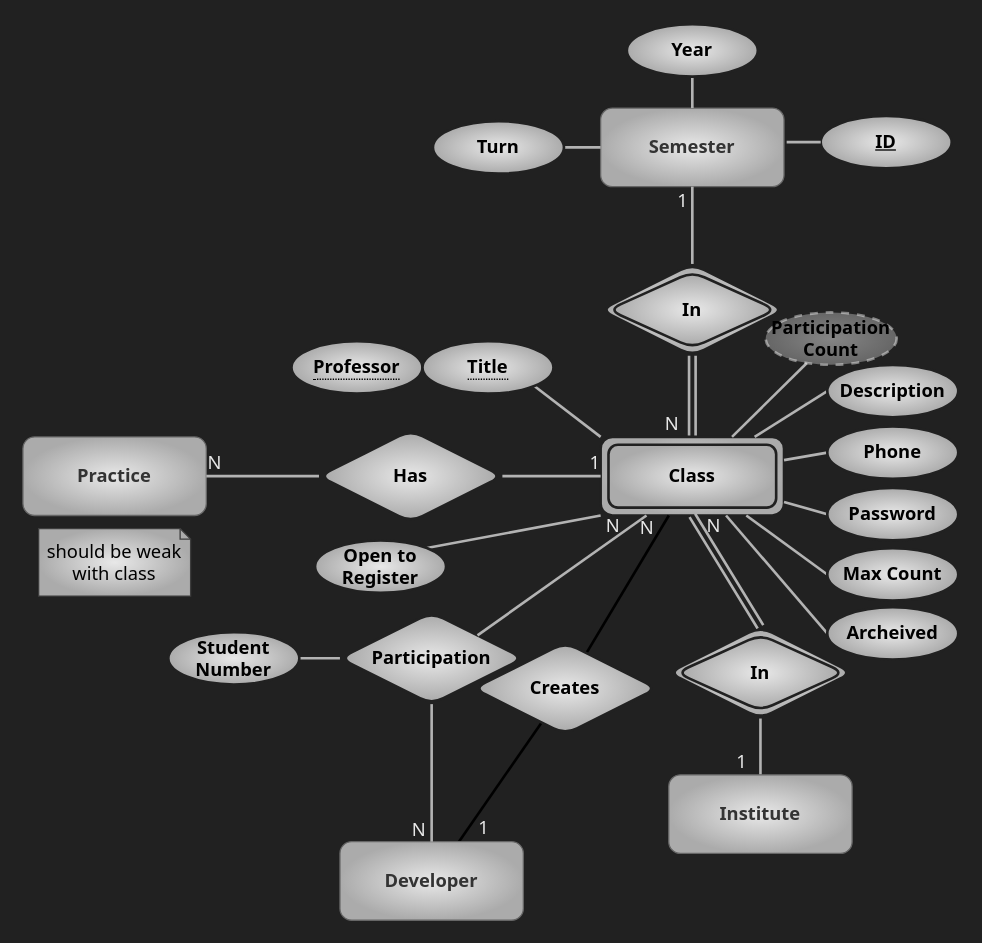
kntu-db/quera-norm keeps this draw.io diagram as page "education" (5 of 5) of assets/er.drawio. Above is the earlier version. Source tidied: cells renumbered, new cells numbered last; positions are measured from the earlier drawing's top-left corner, leaving out a move shared by most shapes. Both pictures are drawn from the tidied source at 131%, with x=0, y=0 at pixel (22, 24).
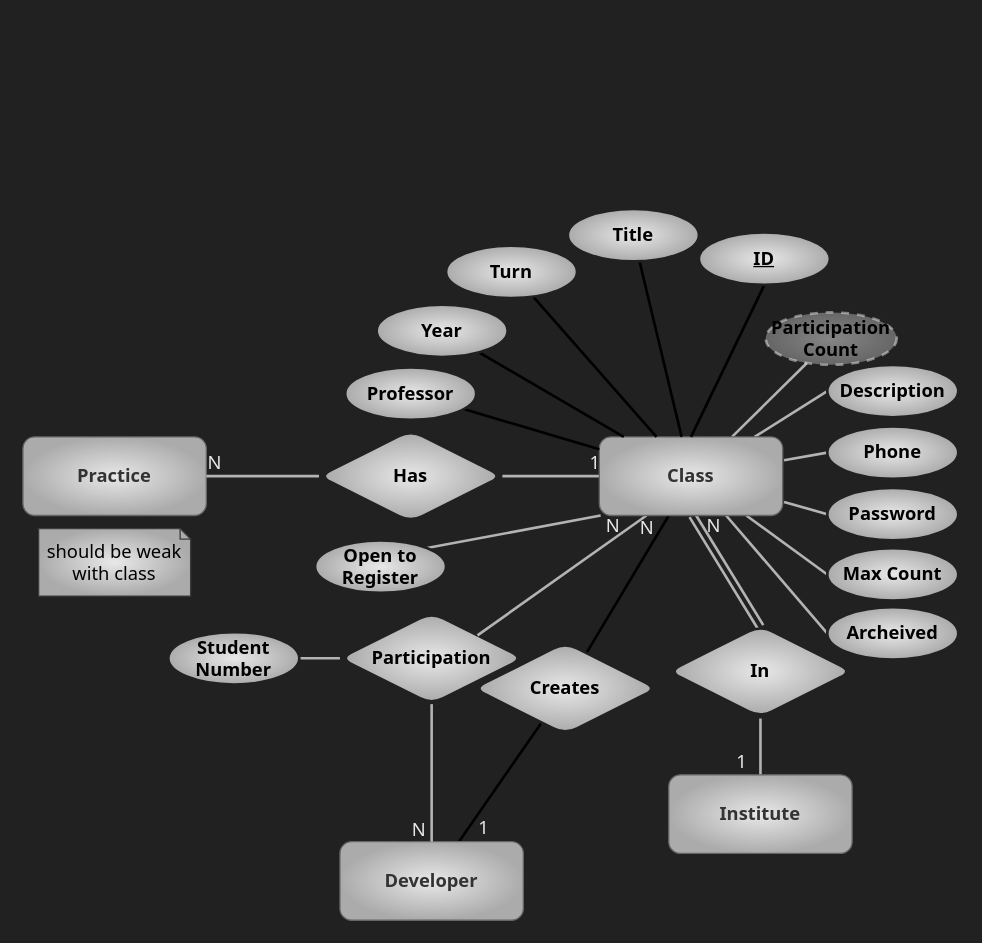
The same page after the edit.

Commit message (it also covers changes not shown here):
Remove these entities and change to property: Semester, Address, LinkType, Field, ProblemTag, Advantage

The change refers to these unchanged cells:
```xml
<mxCell id="17" value="Description" style="ellipse;whiteSpace=wrap;html=1;align=center;rounded=1;labelBackgroundColor=none;fontFamily=Tahoma;fontSize=14;fontColor=#000000;strokeColor=#212121;strokeWidth=2;fillColor=#E8E8E8;gradientColor=#ABABAB;gradientDirection=radial;fontStyle=1;" parent="1" vertex="1">
  <mxGeometry x="614" y="260" width="100" height="40" as="geometry" />
</mxCell>
<mxCell id="18" value="Phone" style="ellipse;whiteSpace=wrap;html=1;align=center;rounded=1;labelBackgroundColor=none;fontFamily=Tahoma;fontSize=14;fontColor=#000000;strokeColor=#212121;strokeWidth=2;fillColor=#E8E8E8;gradientColor=#ABABAB;gradientDirection=radial;fontStyle=1;" parent="1" vertex="1">
  <mxGeometry x="614" y="307" width="100" height="40" as="geometry" />
</mxCell>
<mxCell id="19" value="Password" style="ellipse;whiteSpace=wrap;html=1;align=center;rounded=1;labelBackgroundColor=none;fontFamily=Tahoma;fontSize=14;fontColor=#000000;strokeColor=#212121;strokeWidth=2;fillColor=#E8E8E8;gradientColor=#ABABAB;gradientDirection=radial;fontStyle=1;" parent="1" vertex="1">
  <mxGeometry x="614" y="354" width="100" height="40" as="geometry" />
</mxCell>
<mxCell id="20" value="Max Count" style="ellipse;whiteSpace=wrap;html=1;align=center;rounded=1;labelBackgroundColor=none;fontFamily=Tahoma;fontSize=14;fontColor=#000000;strokeColor=#212121;strokeWidth=2;fillColor=#E8E8E8;gradientColor=#ABABAB;gradientDirection=radial;fontStyle=1;" parent="1" vertex="1">
  <mxGeometry x="614" y="400" width="100" height="40" as="geometry" />
</mxCell>
<mxCell id="21" value="Archeived" style="ellipse;whiteSpace=wrap;html=1;align=center;rounded=1;labelBackgroundColor=none;fontFamily=Tahoma;fontSize=14;fontColor=#000000;strokeColor=#212121;strokeWidth=2;fillColor=#E8E8E8;gradientColor=#ABABAB;gradientDirection=radial;fontStyle=1;" parent="1" vertex="1">
  <mxGeometry x="614" y="445" width="100" height="40" as="geometry" />
</mxCell>
<mxCell id="28" value="Institute" style="whiteSpace=wrap;html=1;align=center;fontFamily=Tahoma;rounded=1;fillColor=#E8E8E8;strokeColor=#666666;fontColor=#333333;gradientColor=#ABABAB;gradientDirection=radial;fontSize=14;labelBackgroundColor=none;fontStyle=1;" parent="1" vertex="1">
  <mxGeometry x="493" y="573" width="140" height="60" as="geometry" />
</mxCell>
<mxCell id="29" value="Participation" style="shape=rhombus;perimeter=rhombusPerimeter;whiteSpace=wrap;html=1;align=center;rounded=1;labelBackgroundColor=none;fontFamily=Tahoma;fontSize=14;fontColor=#000000;strokeColor=#212121;strokeWidth=2;fillColor=#E8E8E8;gradientColor=#ABABAB;gradientDirection=radial;fontStyle=1;" parent="1" vertex="1">
  <mxGeometry x="242" y="449" width="140" height="70" as="geometry" />
</mxCell>
<mxCell id="35" value="Open to Register" style="ellipse;whiteSpace=wrap;html=1;align=center;rounded=1;labelBackgroundColor=none;fontFamily=Tahoma;fontSize=14;fontColor=#000000;strokeColor=#212121;strokeWidth=2;fillColor=#E8E8E8;gradientColor=#ABABAB;gradientDirection=radial;fontStyle=1;" parent="1" vertex="1">
  <mxGeometry x="223" y="394" width="100" height="40" as="geometry" />
</mxCell>
<mxCell id="38" value="Has" style="shape=rhombus;perimeter=rhombusPerimeter;whiteSpace=wrap;html=1;align=center;rounded=1;labelBackgroundColor=none;fontFamily=Tahoma;fontSize=14;fontColor=#000000;strokeColor=#212121;strokeWidth=2;fillColor=#E8E8E8;gradientColor=#ABABAB;gradientDirection=radial;fontStyle=1;" parent="1" vertex="1">
  <mxGeometry x="226" y="310" width="140" height="70" as="geometry" />
</mxCell>
<mxCell id="55" value="Participation Count" style="ellipse;whiteSpace=wrap;html=1;align=center;dashed=1;rounded=1;labelBackgroundColor=none;fontFamily=Tahoma;fontSize=14;fontColor=#000000;strokeColor=#e8e8e8;strokeWidth=2;fillColor=#E8E8E8;gradientColor=#ABABAB;gradientDirection=radial;perimeterSpacing=0;fontStyle=1;labelBorderColor=none;shadow=0;opacity=50;" parent="1" vertex="1">
  <mxGeometry x="567" y="220" width="100" height="40" as="geometry" />
</mxCell>
<mxCell id="57" value="Creates" style="shape=rhombus;perimeter=rhombusPerimeter;whiteSpace=wrap;html=1;align=center;rounded=1;labelBackgroundColor=none;fontFamily=Tahoma;fontSize=14;fontColor=#000000;strokeColor=#212121;strokeWidth=2;fillColor=#E8E8E8;gradientColor=#ABABAB;gradientDirection=radial;fontStyle=1;" parent="1" vertex="1">
  <mxGeometry x="344" y="472" width="140" height="70" as="geometry" />
</mxCell>
```

The edit, as a diff of the source:
```diff
@@
-    <mxCell id="2" value="Semester" style="whiteSpace=wrap;html=1;align=center;fontFamily=Tahoma;rounded=1;fillColor=#E8E8E8;strokeColor=#666666;fontColor=#333333;gradientColor=#ABABAB;gradientDirection=radial;fontSize=14;labelBackgroundColor=none;fontStyle=1;" parent="1" vertex="1">
-      <mxGeometry x="441" y="64" width="140" height="60" as="geometry" />
-    </mxCell>
-    <mxCell id="3" style="edgeStyle=none;html=1;exitX=0.5;exitY=1;exitDx=0;exitDy=0;entryX=0.5;entryY=0;entryDx=0;entryDy=0;endArrow=none;endFill=0;strokeColor=#B3B3B3;strokeWidth=2;" parent="1" edge="1" source="4" target="2">
-      <mxGeometry relative="1" as="geometry" />
-    </mxCell>
-    <mxCell id="4" value="Year" style="ellipse;whiteSpace=wrap;html=1;align=center;rounded=1;labelBackgroundColor=none;fontFamily=Tahoma;fontSize=14;fontColor=#000000;strokeColor=#212121;strokeWidth=2;fillColor=#E8E8E8;gradientColor=#ABABAB;gradientDirection=radial;fontStyle=1;" parent="1" vertex="1">
-      <mxGeometry x="461" width="100" height="40" as="geometry" />
-    </mxCell>
-    <mxCell id="5" style="endArrow=none;html=1;rounded=1;fontFamily=Tahoma;fontSize=14;fontColor=#000000;strokeWidth=2;sketch=0;shadow=0;fillColor=none;strokeColor=#B3B3B3;exitX=1;exitY=0.5;exitDx=0;exitDy=0;entryX=0;entryY=0.5;entryDx=0;entryDy=0;" parent="1" edge="1" source="52" target="2">
-      <mxGeometry relative="1" as="geometry" />
-    </mxCell>
-    <mxCell id="6" style="endArrow=none;html=1;rounded=0;shadow=0;sketch=0;fontFamily=Tahoma;fontSize=14;fontColor=#E8E8E8;strokeWidth=2;fillColor=none;strokeColor=#B3B3B3;entryX=0.5;entryY=1;entryDx=0;entryDy=0;exitX=0.5;exitY=0;exitDx=0;exitDy=0;" parent="1" edge="1" source="8" target="2">
-      <mxGeometry relative="1" as="geometry" />
-    </mxCell>
-    <mxCell id="7" value="1" style="html=1;align=right;verticalAlign=bottom;rounded=1;shadow=0;glass=0;labelBackgroundColor=none;labelBorderColor=none;fontFamily=Tahoma;fontSize=14;fontColor=#E8E8E8;strokeColor=#3D3D3D;strokeWidth=1;fillColor=#E8E8E8;gradientColor=#ABABAB;gradientDirection=radial;" parent="6" vertex="1">
-      <mxGeometry x="1" relative="1" as="geometry">
-        <mxPoint x="-3" y="21" as="offset" />
-      </mxGeometry>
-    </mxCell>
-    <mxCell id="8" value="In" style="shape=rhombus;double=1;perimeter=rhombusPerimeter;whiteSpace=wrap;html=1;align=center;rounded=1;labelBackgroundColor=none;fontFamily=Tahoma;fontSize=14;fontColor=#000000;strokeColor=#212121;strokeWidth=2;fillColor=#E8E8E8;gradientColor=#ABABAB;gradientDirection=radial;fontStyle=1;" parent="1" vertex="1">
-      <mxGeometry x="441" y="183" width="140" height="70" as="geometry" />
-    </mxCell>
-    <mxCell id="9" style="shape=link;html=1;rounded=0;shadow=0;sketch=0;fontFamily=Tahoma;fontSize=14;fontColor=#E8E8E8;strokeWidth=2;fillColor=none;strokeColor=#B3B3B3;exitX=0.5;exitY=1;exitDx=0;exitDy=0;entryX=0.5;entryY=0;entryDx=0;entryDy=0;" parent="1" edge="1" source="8" target="11">
-      <mxGeometry relative="1" as="geometry" />
-    </mxCell>
-    <mxCell id="10" value="N" style="html=1;align=right;verticalAlign=bottom;rounded=1;shadow=0;glass=0;labelBackgroundColor=none;labelBorderColor=none;fontFamily=Tahoma;fontSize=14;fontColor=#E8E8E8;strokeColor=#3D3D3D;strokeWidth=1;fillColor=#E8E8E8;gradientColor=#ABABAB;gradientDirection=radial;" parent="9" vertex="1">
-      <mxGeometry x="1" relative="1" as="geometry">
-        <mxPoint x="-10" as="offset" />
-      </mxGeometry>
-    </mxCell>
-    <mxCell id="11" value="Class" style="shape=ext;margin=3;double=1;whiteSpace=wrap;html=1;align=center;rounded=1;labelBackgroundColor=none;fontFamily=Tahoma;fontSize=14;fontColor=#000000;fillColor=#E8E8E8;gradientColor=#ABABAB;gradientDirection=radial;fontStyle=1;strokeColor=#212121;strokeWidth=2;glass=0;" parent="1" vertex="1">
-      <mxGeometry x="441" y="315" width="140" height="60" as="geometry" />
-    </mxCell>
-    <mxCell id="12" style="endArrow=none;html=1;rounded=1;fontFamily=Tahoma;fontSize=14;fontColor=#000000;strokeWidth=2;sketch=0;shadow=0;fillColor=none;strokeColor=#B3B3B3;entryX=0;entryY=0.5;entryDx=0;entryDy=0;" parent="1" edge="1" source="11" target="17">
-      <mxGeometry relative="1" as="geometry" />
+    <mxCell id="12" style="endArrow=none;html=1;rounded=1;fontFamily=Tahoma;fontSize=14;fontColor=#000000;strokeWidth=2;sketch=0;shadow=0;fillColor=none;strokeColor=#B3B3B3;entryX=0;entryY=0.5;entryDx=0;entryDy=0;" parent="1" edge="1" target="17">
+      <mxGeometry relative="1" as="geometry">
+        <mxPoint x="558.5" y="315" as="sourcePoint" />
+      </mxGeometry>
     </mxCell>
-    <mxCell id="13" style="endArrow=none;html=1;rounded=1;fontFamily=Tahoma;fontSize=14;fontColor=#000000;strokeWidth=2;sketch=0;shadow=0;fillColor=none;strokeColor=#B3B3B3;entryX=0;entryY=0.5;entryDx=0;entryDy=0;" parent="1" edge="1" source="11" target="18">
-      <mxGeometry relative="1" as="geometry" />
+    <mxCell id="13" style="endArrow=none;html=1;rounded=1;fontFamily=Tahoma;fontSize=14;fontColor=#000000;strokeWidth=2;sketch=0;shadow=0;fillColor=none;strokeColor=#B3B3B3;entryX=0;entryY=0.5;entryDx=0;entryDy=0;" parent="1" edge="1" target="18">
+      <mxGeometry relative="1" as="geometry">
+        <mxPoint x="581" y="332.8" as="sourcePoint" />
+      </mxGeometry>
     </mxCell>
-    <mxCell id="14" style="endArrow=none;html=1;rounded=1;fontFamily=Tahoma;fontSize=14;fontColor=#000000;strokeWidth=2;sketch=0;shadow=0;fillColor=none;strokeColor=#B3B3B3;entryX=0;entryY=0.5;entryDx=0;entryDy=0;" parent="1" edge="1" source="11" target="19">
-      <mxGeometry relative="1" as="geometry" />
+    <mxCell id="14" style="endArrow=none;html=1;rounded=1;fontFamily=Tahoma;fontSize=14;fontColor=#000000;strokeWidth=2;sketch=0;shadow=0;fillColor=none;strokeColor=#B3B3B3;entryX=0;entryY=0.5;entryDx=0;entryDy=0;" parent="1" edge="1" target="19">
+      <mxGeometry relative="1" as="geometry">
+        <mxPoint x="581" y="364.7" as="sourcePoint" />
+      </mxGeometry>
     </mxCell>
-    <mxCell id="15" style="endArrow=none;html=1;rounded=1;fontFamily=Tahoma;fontSize=14;fontColor=#000000;strokeWidth=2;sketch=0;shadow=0;fillColor=none;strokeColor=#B3B3B3;entryX=0;entryY=0.5;entryDx=0;entryDy=0;" parent="1" edge="1" source="11" target="20">
-      <mxGeometry relative="1" as="geometry" />
+    <mxCell id="15" style="endArrow=none;html=1;rounded=1;fontFamily=Tahoma;fontSize=14;fontColor=#000000;strokeWidth=2;sketch=0;shadow=0;fillColor=none;strokeColor=#B3B3B3;entryX=0;entryY=0.5;entryDx=0;entryDy=0;" parent="1" edge="1" target="20">
+      <mxGeometry relative="1" as="geometry">
+        <mxPoint x="552.2" y="375" as="sourcePoint" />
+      </mxGeometry>
     </mxCell>
-    <mxCell id="16" style="endArrow=none;html=1;rounded=1;fontFamily=Tahoma;fontSize=14;fontColor=#000000;strokeWidth=2;sketch=0;shadow=0;fillColor=none;strokeColor=#B3B3B3;entryX=0;entryY=0.5;entryDx=0;entryDy=0;" parent="1" edge="1" source="11" target="21">
-      <mxGeometry relative="1" as="geometry" />
+    <mxCell id="16" style="endArrow=none;html=1;rounded=1;fontFamily=Tahoma;fontSize=14;fontColor=#000000;strokeWidth=2;sketch=0;shadow=0;fillColor=none;strokeColor=#B3B3B3;entryX=0;entryY=0.5;entryDx=0;entryDy=0;" parent="1" edge="1" target="21">
+      <mxGeometry relative="1" as="geometry">
+        <mxPoint x="536.8" y="375" as="sourcePoint" />
+      </mxGeometry>
     </mxCell>
@@
-    <mxCell id="22" style="shape=link;html=1;rounded=0;shadow=0;sketch=0;fontFamily=Tahoma;fontSize=14;fontColor=#E8E8E8;strokeWidth=2;fillColor=none;strokeColor=#B3B3B3;entryX=0.5;entryY=1;entryDx=0;entryDy=0;exitX=0.5;exitY=0;exitDx=0;exitDy=0;" parent="1" edge="1" source="24" target="11">
-      <mxGeometry relative="1" as="geometry" />
+    <mxCell id="22" style="shape=link;html=1;rounded=0;shadow=0;sketch=0;fontFamily=Tahoma;fontSize=14;fontColor=#E8E8E8;strokeWidth=2;fillColor=none;strokeColor=#B3B3B3;entryX=0.5;entryY=1;entryDx=0;entryDy=0;exitX=0.5;exitY=0;exitDx=0;exitDy=0;" parent="1" edge="1">
+      <mxGeometry relative="1" as="geometry">
+        <mxPoint x="563" y="460" as="sourcePoint" />
+        <mxPoint x="511" y="375" as="targetPoint" />
+      </mxGeometry>
     </mxCell>
@@
-    <mxCell id="24" value="In" style="shape=rhombus;double=1;perimeter=rhombusPerimeter;whiteSpace=wrap;html=1;align=center;rounded=1;labelBackgroundColor=none;fontFamily=Tahoma;fontSize=14;fontColor=#000000;strokeColor=#212121;strokeWidth=2;fillColor=#E8E8E8;gradientColor=#ABABAB;gradientDirection=radial;fontStyle=1;" parent="1" vertex="1">
-      <mxGeometry x="493" y="460" width="140" height="70" as="geometry" />
-    </mxCell>
-    <mxCell id="25" style="endArrow=none;html=1;rounded=0;shadow=0;sketch=0;fontFamily=Tahoma;fontSize=14;fontColor=#E8E8E8;strokeWidth=2;fillColor=none;strokeColor=#B3B3B3;exitX=0.5;exitY=1;exitDx=0;exitDy=0;entryX=0.5;entryY=0;entryDx=0;entryDy=0;" parent="1" edge="1" source="24" target="28">
-      <mxGeometry relative="1" as="geometry" />
+    <mxCell id="25" style="endArrow=none;html=1;rounded=0;shadow=0;sketch=0;fontFamily=Tahoma;fontSize=14;fontColor=#E8E8E8;strokeWidth=2;fillColor=none;strokeColor=#B3B3B3;exitX=0.5;exitY=1;exitDx=0;exitDy=0;entryX=0.5;entryY=0;entryDx=0;entryDy=0;" parent="1" edge="1" target="28">
+      <mxGeometry relative="1" as="geometry">
+        <mxPoint x="563" y="530" as="sourcePoint" />
+      </mxGeometry>
     </mxCell>
@@
-    <mxCell id="34" style="endArrow=none;html=1;rounded=1;fontFamily=Tahoma;fontSize=14;fontColor=#000000;strokeWidth=2;sketch=0;shadow=0;fillColor=none;strokeColor=#B3B3B3;entryX=0;entryY=1;entryDx=0;entryDy=0;exitX=1;exitY=0;exitDx=0;exitDy=0;" parent="1" edge="1" source="35" target="11">
-      <mxGeometry relative="1" as="geometry" />
+    <mxCell id="34" style="endArrow=none;html=1;rounded=1;fontFamily=Tahoma;fontSize=14;fontColor=#000000;strokeWidth=2;sketch=0;shadow=0;fillColor=none;strokeColor=#B3B3B3;entryX=0;entryY=1;entryDx=0;entryDy=0;exitX=1;exitY=0;exitDx=0;exitDy=0;" parent="1" edge="1" source="35">
+      <mxGeometry relative="1" as="geometry">
+        <mxPoint x="441" y="375" as="targetPoint" />
+      </mxGeometry>
     </mxCell>
@@
-    <mxCell id="36" style="endArrow=none;html=1;rounded=0;shadow=0;sketch=0;fontFamily=Tahoma;fontSize=14;fontColor=#E8E8E8;strokeWidth=2;fillColor=none;strokeColor=#B3B3B3;entryX=0;entryY=0.5;entryDx=0;entryDy=0;exitX=1;exitY=0.5;exitDx=0;exitDy=0;" parent="1" edge="1" source="38" target="11">
-      <mxGeometry relative="1" as="geometry" />
+    <mxCell id="36" style="endArrow=none;html=1;rounded=0;shadow=0;sketch=0;fontFamily=Tahoma;fontSize=14;fontColor=#E8E8E8;strokeWidth=2;fillColor=none;strokeColor=#B3B3B3;entryX=0;entryY=0.5;entryDx=0;entryDy=0;exitX=1;exitY=0.5;exitDx=0;exitDy=0;" parent="1" edge="1" source="38">
+      <mxGeometry relative="1" as="geometry">
+        <mxPoint x="441" y="345" as="targetPoint" />
+      </mxGeometry>
     </mxCell>
@@
-    <mxCell id="43" style="endArrow=none;html=1;rounded=1;fontFamily=Tahoma;fontSize=14;fontColor=#000000;strokeWidth=2;sketch=0;shadow=0;fillColor=none;strokeColor=#B3B3B3;exitX=1;exitY=1;exitDx=0;exitDy=0;entryX=0;entryY=0;entryDx=0;entryDy=0;" parent="1" edge="1" source="53" target="11">
-      <mxGeometry relative="1" as="geometry" />
-    </mxCell>
-    <mxCell id="44" style="endArrow=none;html=1;rounded=0;shadow=0;sketch=0;fontFamily=Tahoma;fontSize=14;fontColor=#E8E8E8;strokeWidth=2;fillColor=none;strokeColor=#B3B3B3;exitX=1;exitY=0;exitDx=0;exitDy=0;entryX=0.25;entryY=1;entryDx=0;entryDy=0;" parent="1" edge="1" source="29" target="11">
-      <mxGeometry relative="1" as="geometry" />
+    <mxCell id="44" style="endArrow=none;html=1;rounded=0;shadow=0;sketch=0;fontFamily=Tahoma;fontSize=14;fontColor=#E8E8E8;strokeWidth=2;fillColor=none;strokeColor=#B3B3B3;exitX=1;exitY=0;exitDx=0;exitDy=0;entryX=0.25;entryY=1;entryDx=0;entryDy=0;" parent="1" edge="1" source="29">
+      <mxGeometry relative="1" as="geometry">
+        <mxPoint x="476" y="375" as="targetPoint" />
+      </mxGeometry>
     </mxCell>
@@
-    <mxCell id="49" value="&lt;span style=&quot;border-bottom: 1px dotted&quot;&gt;Professor&lt;/span&gt;" style="ellipse;whiteSpace=wrap;html=1;align=center;rounded=1;labelBackgroundColor=none;fontFamily=Tahoma;fontSize=14;fontColor=#000000;strokeColor=#212121;strokeWidth=2;fillColor=#E8E8E8;gradientColor=#ABABAB;gradientDirection=radial;fontStyle=1;" parent="1" vertex="1">
-      <mxGeometry x="205" y="242" width="100" height="40" as="geometry" />
-    </mxCell>
-    <mxCell id="50" value="ID" style="ellipse;whiteSpace=wrap;html=1;align=center;rounded=1;labelBackgroundColor=none;fontFamily=Tahoma;fontSize=14;fontColor=#000000;strokeColor=#212121;strokeWidth=2;fillColor=#E8E8E8;gradientColor=#ABABAB;gradientDirection=radial;fontStyle=5;" parent="1" vertex="1">
-      <mxGeometry x="609" y="70" width="100" height="40" as="geometry" />
-    </mxCell>
-    <mxCell id="51" style="endArrow=none;html=1;rounded=1;fontFamily=Tahoma;fontSize=14;fontColor=#000000;strokeWidth=2;sketch=0;shadow=0;fillColor=none;strokeColor=#B3B3B3;exitX=0;exitY=0.5;exitDx=0;exitDy=0;" parent="1" edge="1" source="50">
-      <mxGeometry relative="1" as="geometry">
-        <mxPoint x="583" y="90" as="targetPoint" />
-      </mxGeometry>
-    </mxCell>
-    <mxCell id="52" value="Turn" style="ellipse;whiteSpace=wrap;html=1;align=center;rounded=1;labelBackgroundColor=none;fontFamily=Tahoma;fontSize=14;fontColor=#000000;strokeColor=#212121;strokeWidth=2;fillColor=#E8E8E8;gradientColor=#ABABAB;gradientDirection=radial;fontStyle=1;" parent="1" vertex="1">
-      <mxGeometry x="313" y="74" width="100" height="40" as="geometry" />
-    </mxCell>
-    <mxCell id="53" value="&lt;span style=&quot;border-bottom: 1px dotted&quot;&gt;Title&lt;/span&gt;" style="ellipse;whiteSpace=wrap;html=1;align=center;rounded=1;labelBackgroundColor=none;fontFamily=Tahoma;fontSize=14;fontColor=#000000;strokeColor=#212121;strokeWidth=2;fillColor=#E8E8E8;gradientColor=#ABABAB;gradientDirection=radial;fontStyle=1;" parent="1" vertex="1">
-      <mxGeometry x="305" y="242" width="100" height="40" as="geometry" />
-    </mxCell>
-    <mxCell id="54" style="edgeStyle=none;html=1;endArrow=none;endFill=0;strokeColor=#B3B3B3;strokeWidth=2;" parent="1" edge="1" source="55" target="11">
-      <mxGeometry relative="1" as="geometry" />
+    <mxCell id="54" style="edgeStyle=none;html=1;endArrow=none;endFill=0;strokeColor=#B3B3B3;strokeWidth=2;" parent="1" edge="1" source="55">
+      <mxGeometry relative="1" as="geometry">
+        <mxPoint x="541.3" y="315" as="targetPoint" />
+      </mxGeometry>
     </mxCell>
@@
-    <mxCell id="56" style="edgeStyle=none;html=1;endArrow=none;endFill=0;strokeWidth=2;" parent="1" edge="1" source="57" target="11">
-      <mxGeometry relative="1" as="geometry" />
+    <mxCell id="56" style="edgeStyle=none;html=1;endArrow=none;endFill=0;strokeWidth=2;" parent="1" edge="1" source="57">
+      <mxGeometry relative="1" as="geometry">
+        <mxPoint x="493" y="375" as="targetPoint" />
+      </mxGeometry>
     </mxCell>
@@
+    <mxCell id="11" value="Class" style="whiteSpace=wrap;html=1;align=center;fontFamily=Tahoma;rounded=1;fillColor=#E8E8E8;strokeColor=#666666;fontColor=#333333;gradientColor=#ABABAB;gradientDirection=radial;fontSize=14;labelBackgroundColor=none;fontStyle=1;" parent="1" vertex="1">
+      <mxGeometry x="440" y="315" width="140" height="60" as="geometry" />
+    </mxCell>
+    <mxCell id="58" value="In" style="shape=rhombus;perimeter=rhombusPerimeter;whiteSpace=wrap;html=1;align=center;rounded=1;labelBackgroundColor=none;fontFamily=Tahoma;fontSize=14;fontColor=#000000;strokeColor=#212121;strokeWidth=2;fillColor=#E8E8E8;gradientColor=#ABABAB;gradientDirection=radial;fontStyle=1;" parent="1" vertex="1">
+      <mxGeometry x="493" y="459" width="140" height="70" as="geometry" />
+    </mxCell>
+    <mxCell id="59" style="edgeStyle=none;html=1;exitX=0.5;exitY=1;exitDx=0;exitDy=0;entryX=0.5;entryY=0;entryDx=0;entryDy=0;endArrow=none;endFill=0;strokeWidth=2;" parent="1" edge="1" source="50" target="11">
+      <mxGeometry relative="1" as="geometry" />
+    </mxCell>
+    <mxCell id="50" value="ID" style="ellipse;whiteSpace=wrap;html=1;align=center;rounded=1;labelBackgroundColor=none;fontFamily=Tahoma;fontSize=14;fontColor=#000000;strokeColor=#212121;strokeWidth=2;fillColor=#E8E8E8;gradientColor=#ABABAB;gradientDirection=radial;fontStyle=5;" parent="1" vertex="1">
+      <mxGeometry x="516" y="159" width="100" height="40" as="geometry" />
+    </mxCell>
+    <mxCell id="43" style="edgeStyle=none;html=1;endArrow=none;endFill=0;strokeWidth=2;" parent="1" edge="1" source="53" target="11">
+      <mxGeometry relative="1" as="geometry" />
+    </mxCell>
+    <mxCell id="53" value="Title" style="ellipse;whiteSpace=wrap;html=1;align=center;rounded=1;labelBackgroundColor=none;fontFamily=Tahoma;fontSize=14;fontColor=#000000;strokeColor=#212121;strokeWidth=2;fillColor=#E8E8E8;gradientColor=#ABABAB;gradientDirection=radial;fontStyle=1;" parent="1" vertex="1">
+      <mxGeometry x="416" y="141" width="100" height="40" as="geometry" />
+    </mxCell>
+    <mxCell id="60" style="edgeStyle=none;html=1;endArrow=none;endFill=0;strokeWidth=2;" parent="1" edge="1" source="52" target="11">
+      <mxGeometry relative="1" as="geometry" />
+    </mxCell>
+    <mxCell id="52" value="Turn" style="ellipse;whiteSpace=wrap;html=1;align=center;rounded=1;labelBackgroundColor=none;fontFamily=Tahoma;fontSize=14;fontColor=#000000;strokeColor=#212121;strokeWidth=2;fillColor=#E8E8E8;gradientColor=#ABABAB;gradientDirection=radial;fontStyle=1;" parent="1" vertex="1">
+      <mxGeometry x="323" y="169" width="100" height="40" as="geometry" />
+    </mxCell>
+    <mxCell id="61" style="edgeStyle=none;html=1;endArrow=none;endFill=0;strokeWidth=2;" parent="1" edge="1" source="4" target="11">
+      <mxGeometry relative="1" as="geometry" />
+    </mxCell>
+    <mxCell id="4" value="Year" style="ellipse;whiteSpace=wrap;html=1;align=center;rounded=1;labelBackgroundColor=none;fontFamily=Tahoma;fontSize=14;fontColor=#000000;strokeColor=#212121;strokeWidth=2;fillColor=#E8E8E8;gradientColor=#ABABAB;gradientDirection=radial;fontStyle=1;" parent="1" vertex="1">
+      <mxGeometry x="270" y="214" width="100" height="40" as="geometry" />
+    </mxCell>
+    <mxCell id="62" style="edgeStyle=none;html=1;endArrow=none;endFill=0;strokeWidth=2;" parent="1" edge="1" source="49" target="11">
+      <mxGeometry relative="1" as="geometry" />
+    </mxCell>
+    <mxCell id="49" value="Professor" style="ellipse;whiteSpace=wrap;html=1;align=center;rounded=1;labelBackgroundColor=none;fontFamily=Tahoma;fontSize=14;fontColor=#000000;strokeColor=#212121;strokeWidth=2;fillColor=#E8E8E8;gradientColor=#ABABAB;gradientDirection=radial;fontStyle=1;" parent="1" vertex="1">
+      <mxGeometry x="246" y="262" width="100" height="40" as="geometry" />
+    </mxCell>
```
